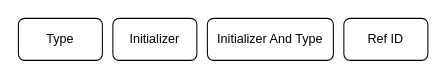
Earlier version of the draw.io diagram diagram.drawio (Nasdanika-Demos/semantic-mapping). Source tidied: cells renumbered, new cells numbered last; positions are measured from the earlier drawing's top-left corner, leaving out a move shared by most shapes. Both pictures are drawn from the tidied source at 105%, with x=0, y=0 at pixel (18, 18).
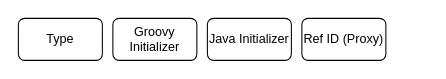
The same page after the edit.

What changed in the source:
```diff
@@
 <mxGraphModel>
   <root>
     <mxCell id="0" />
     <mxCell id="1" parent="0" />
     <mxCell id="2" value="Type" style="rounded=1;whiteSpace=wrap;html=1;" parent="1" vertex="1">
       <mxGeometry width="80" height="40" as="geometry" />
     </mxCell>
-    <mxCell id="3" value="Initializer" style="rounded=1;whiteSpace=wrap;html=1;" parent="1" vertex="1">
-      <mxGeometry x="90" width="80" height="40" as="geometry" />
-    </mxCell>
-    <mxCell id="4" value="Initializer And Type" style="rounded=1;whiteSpace=wrap;html=1;" parent="1" vertex="1">
-      <mxGeometry x="180" width="120" height="40" as="geometry" />
-    </mxCell>
-    <mxCell id="5" value="Ref ID" style="rounded=1;whiteSpace=wrap;html=1;" parent="1" vertex="1">
-      <mxGeometry x="310" width="80" height="40" as="geometry" />
-    </mxCell>
+    <mxCell id="6" value="Groovy Initializer" style="rounded=1;whiteSpace=wrap;html=1;" parent="1" vertex="1">
+      <mxGeometry x="90" width="80" height="40" as="geometry" />
+    </mxCell>
+    <mxCell id="7" value="Ref ID (Proxy)" style="rounded=1;whiteSpace=wrap;html=1;" parent="1" vertex="1">
+      <mxGeometry x="270" width="80" height="40" as="geometry" />
+    </mxCell>
+    <mxCell id="8" value="Java Initializer" style="rounded=1;whiteSpace=wrap;html=1;" parent="1" vertex="1">
+      <mxGeometry x="180" width="80" height="40" as="geometry" />
+    </mxCell>
   </root>
 </mxGraphModel>
```
